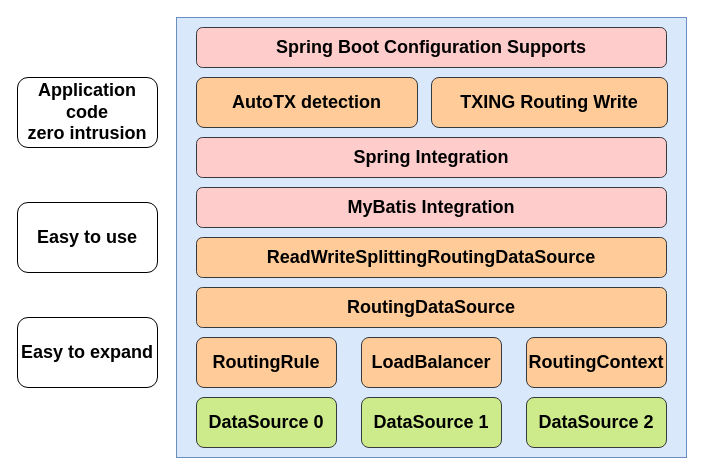
Before: DevX/DevX-RoutingDataSource.drawio in GitHeP/diagrams, a draw.io diagram. Source tidied: cells renumbered, new cells numbered last; positions are measured from the earlier drawing's top-left corner, leaving out a move shared by most shapes. Both pictures are drawn from the tidied source at 100%, with x=0, y=0 at pixel (17, 17).
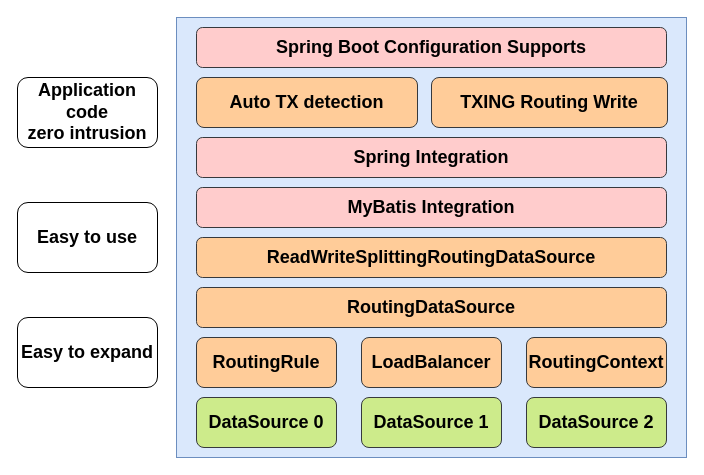
The same diagram, later.

Change to the diagram source:
```diff
@@
 <mxGraphModel>
   <root>
     <mxCell id="0" />
     <mxCell id="1" parent="0" />
     <mxCell id="2" style="rounded=0;whiteSpace=wrap;html=1;fillColor=#dae8fc;strokeColor=#6c8ebf;" parent="1" vertex="1">
       <mxGeometry x="159" width="510" height="440" as="geometry" />
     </mxCell>
     <mxCell id="3" value="&lt;font style=&quot;font-size: 18px;&quot;&gt;&lt;b&gt;DataSource 0&lt;/b&gt;&lt;/font&gt;" style="rounded=1;whiteSpace=wrap;html=1;fillColor=#cdeb8b;strokeColor=#36393d;" parent="1" vertex="1">
       <mxGeometry x="179" y="380" width="140" height="50" as="geometry" />
     </mxCell>
     <mxCell id="4" value="&lt;font style=&quot;font-size: 18px;&quot;&gt;&lt;b&gt;DataSource 1&lt;/b&gt;&lt;/font&gt;" style="rounded=1;whiteSpace=wrap;html=1;fillColor=#cdeb8b;strokeColor=#36393d;" parent="1" vertex="1">
       <mxGeometry x="344" y="380" width="140" height="50" as="geometry" />
     </mxCell>
     <mxCell id="5" value="&lt;font style=&quot;font-size: 18px;&quot;&gt;&lt;b&gt;DataSource 2&lt;/b&gt;&lt;/font&gt;" style="rounded=1;whiteSpace=wrap;html=1;fillColor=#cdeb8b;strokeColor=#36393d;" parent="1" vertex="1">
       <mxGeometry x="509" y="380" width="140" height="50" as="geometry" />
     </mxCell>
     <mxCell id="6" value="&lt;font style=&quot;font-size: 18px;&quot;&gt;&lt;b&gt;RoutingDataSource&lt;/b&gt;&lt;/font&gt;" style="rounded=1;whiteSpace=wrap;html=1;fillColor=#ffcc99;strokeColor=#36393d;" parent="1" vertex="1">
       <mxGeometry x="179" y="270" width="470" height="40" as="geometry" />
     </mxCell>
     <mxCell id="7" value="&lt;b&gt;&lt;font style=&quot;font-size: 18px;&quot;&gt;RoutingRule&lt;/font&gt;&lt;/b&gt;" style="rounded=1;whiteSpace=wrap;html=1;fillColor=#ffcc99;strokeColor=#36393d;" parent="1" vertex="1">
       <mxGeometry x="179" y="320" width="140" height="50" as="geometry" />
     </mxCell>
     <mxCell id="8" value="&lt;b&gt;&lt;font style=&quot;font-size: 18px;&quot;&gt;LoadBalancer&lt;/font&gt;&lt;/b&gt;" style="rounded=1;whiteSpace=wrap;html=1;fillColor=#ffcc99;strokeColor=#36393d;" parent="1" vertex="1">
       <mxGeometry x="344" y="320" width="140" height="50" as="geometry" />
     </mxCell>
     <mxCell id="9" value="&lt;b&gt;&lt;font style=&quot;font-size: 18px;&quot;&gt;RoutingContext&lt;/font&gt;&lt;/b&gt;" style="rounded=1;whiteSpace=wrap;html=1;fillColor=#ffcc99;strokeColor=#36393d;" parent="1" vertex="1">
       <mxGeometry x="509" y="320" width="140" height="50" as="geometry" />
     </mxCell>
     <mxCell id="10" value="&lt;font style=&quot;font-size: 18px;&quot;&gt;&lt;b&gt;MyBatis Integration&lt;/b&gt;&lt;/font&gt;" style="rounded=1;whiteSpace=wrap;html=1;fillColor=#ffcccc;strokeColor=#36393d;" parent="1" vertex="1">
       <mxGeometry x="179" y="170" width="470" height="40" as="geometry" />
     </mxCell>
     <mxCell id="11" value="&lt;font style=&quot;font-size: 18px;&quot;&gt;&lt;b&gt;Spring Integration&lt;/b&gt;&lt;/font&gt;" style="rounded=1;whiteSpace=wrap;html=1;fillColor=#ffcccc;strokeColor=#36393d;" parent="1" vertex="1">
       <mxGeometry x="179" y="120" width="470" height="40" as="geometry" />
     </mxCell>
     <mxCell id="12" value="&lt;font style=&quot;font-size: 18px;&quot;&gt;&lt;b&gt;Spring Boot Configuration Supports&lt;/b&gt;&lt;/font&gt;" style="rounded=1;whiteSpace=wrap;html=1;fillColor=#ffcccc;strokeColor=#36393d;" parent="1" vertex="1">
       <mxGeometry x="179" y="10" width="470" height="40" as="geometry" />
     </mxCell>
     <mxCell id="13" value="&lt;b&gt;&lt;font style=&quot;font-size: 18px;&quot;&gt;ReadWriteSplittingRoutingDataSource&lt;/font&gt;&lt;/b&gt;" style="rounded=1;whiteSpace=wrap;html=1;fillColor=#ffcc99;strokeColor=#36393d;" parent="1" vertex="1">
       <mxGeometry x="179" y="220" width="470" height="40" as="geometry" />
     </mxCell>
     <mxCell id="14" value="&lt;font style=&quot;font-size: 18px;&quot;&gt;&lt;b&gt;Application code &lt;br&gt;zero intrusion&lt;/b&gt;&lt;/font&gt;" style="rounded=1;whiteSpace=wrap;html=1;" parent="1" vertex="1">
       <mxGeometry y="60" width="140" height="70" as="geometry" />
     </mxCell>
     <mxCell id="15" value="&lt;font style=&quot;font-size: 18px;&quot;&gt;&lt;b&gt;Easy to use&lt;/b&gt;&lt;/font&gt;" style="rounded=1;whiteSpace=wrap;html=1;" parent="1" vertex="1">
       <mxGeometry y="185" width="140" height="70" as="geometry" />
     </mxCell>
     <mxCell id="16" value="&lt;b&gt;&lt;font style=&quot;font-size: 18px;&quot;&gt;Easy to expand&lt;/font&gt;&lt;/b&gt;" style="rounded=1;whiteSpace=wrap;html=1;" parent="1" vertex="1">
       <mxGeometry y="300" width="140" height="70" as="geometry" />
     </mxCell>
-    <mxCell id="17" value="&lt;b&gt;&lt;font style=&quot;font-size: 18px;&quot;&gt;AutoTX detection&lt;/font&gt;&lt;/b&gt;" style="rounded=1;whiteSpace=wrap;html=1;fillColor=#ffcc99;strokeColor=#36393d;" parent="1" vertex="1">
+    <mxCell id="17" value="&lt;b&gt;&lt;font style=&quot;font-size: 18px;&quot;&gt;Auto TX detection&lt;/font&gt;&lt;/b&gt;" style="rounded=1;whiteSpace=wrap;html=1;fillColor=#ffcc99;strokeColor=#36393d;" parent="1" vertex="1">
       <mxGeometry x="179" y="60" width="221" height="50" as="geometry" />
     </mxCell>
     <mxCell id="18" value="&lt;b&gt;&lt;font style=&quot;font-size: 18px;&quot;&gt;TXING Routing Write&lt;/font&gt;&lt;/b&gt;" style="rounded=1;whiteSpace=wrap;html=1;fillColor=#ffcc99;strokeColor=#36393d;" parent="1" vertex="1">
       <mxGeometry x="414" y="60" width="236" height="50" as="geometry" />
     </mxCell>
   </root>
 </mxGraphModel>
```
